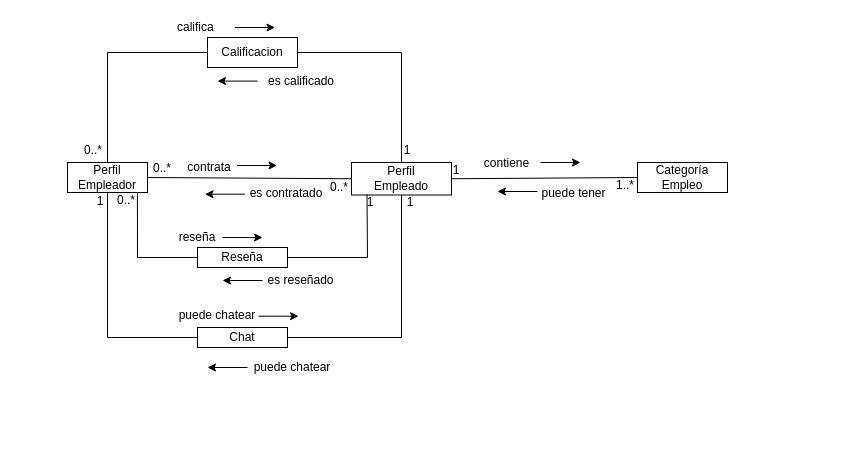
F3liP3L/Proyecto-Documentacion keeps this draw.io diagram as Extra Clase/Modelado de dominio/Modelo anemico/DDD_ModeloAnemico.drawio. Above is the earlier version. Source tidied: cells renumbered, new cells numbered last; positions are measured from the earlier drawing's top-left corner, leaving out a move shared by most shapes. Both pictures are drawn from the tidied source at 100%, with x=0, y=0 at pixel (67, 17).
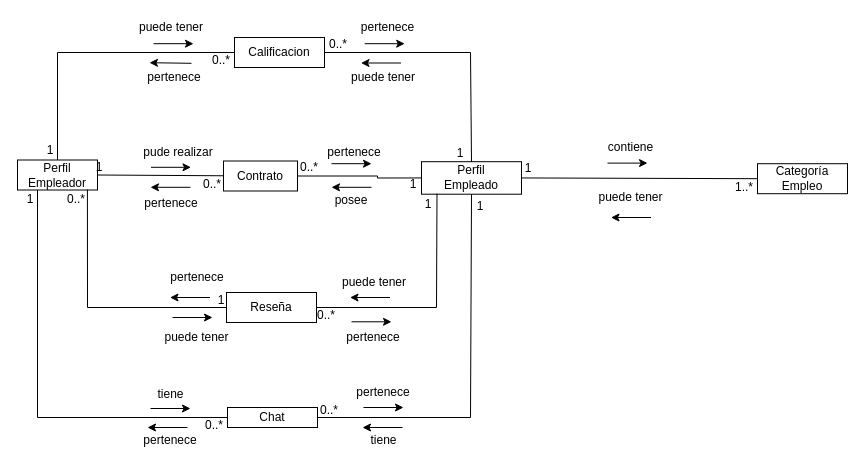
The same page after the edit.

Commit message (it also covers changes not shown here):
actualizando MD de clase y extra-clase mas modelo enriquecido clase

The edit, as a diff of the source:
```diff
@@
     <mxCell id="2" value="Calificacion" style="rounded=0;whiteSpace=wrap;html=1;" parent="1" vertex="1">
-      <mxGeometry x="140" y="20" width="90" height="30" as="geometry" />
+      <mxGeometry x="167" y="20" width="90" height="30" as="geometry" />
     </mxCell>
     <mxCell id="3" value="Perfil&lt;br&gt;Empleador" style="rounded=0;whiteSpace=wrap;html=1;" parent="1" vertex="1">
-      <mxGeometry y="145" width="80" height="30" as="geometry" />
+      <mxGeometry x="-50" y="142.5" width="80" height="30" as="geometry" />
     </mxCell>
     <mxCell id="4" value="Perfil&lt;br&gt;Empleado" style="rounded=0;whiteSpace=wrap;html=1;" parent="1" vertex="1">
-      <mxGeometry x="284" y="145" width="100" height="32.5" as="geometry" />
+      <mxGeometry x="354" y="144.2" width="100" height="32.5" as="geometry" />
     </mxCell>
     <mxCell id="5" value="Categoría Empleo" style="rounded=0;whiteSpace=wrap;html=1;" parent="1" vertex="1">
-      <mxGeometry x="570" y="145" width="90" height="30" as="geometry" />
+      <mxGeometry x="690" y="146.2" width="90" height="30" as="geometry" />
     </mxCell>
-    <mxCell id="6" style="endArrow=none;html=1;rounded=0;exitX=1;exitY=0.5;exitDx=0;exitDy=0;entryX=0;entryY=0.5;entryDx=0;entryDy=0;" parent="1" edge="1" source="3" target="4">
+    <mxCell id="6" style="endArrow=none;html=1;rounded=0;exitX=1;exitY=0.5;exitDx=0;exitDy=0;" parent="1" edge="1" source="3" target="67">
       <mxGeometry relative="1" as="geometry" />
     </mxCell>
     <mxCell id="7" style="endArrow=none;html=1;rounded=0;entryX=0;entryY=0.5;entryDx=0;entryDy=0;exitX=0.5;exitY=0;exitDx=0;exitDy=0;" parent="1" edge="1" source="3" target="2">
       <mxGeometry relative="1" as="geometry">
         <Array as="points">
-          <mxPoint x="40" y="35" />
+          <mxPoint x="-10" y="35" />
         </Array>
       </mxGeometry>
     </mxCell>
     <mxCell id="8" style="endArrow=classic;html=1;rounded=0;" parent="1" edge="1">
       <mxGeometry relative="1" as="geometry">
-        <mxPoint x="169.5" y="148" as="sourcePoint" />
-        <mxPoint x="209.5" y="148" as="targetPoint" />
+        <mxPoint x="264" y="146.2" as="sourcePoint" />
+        <mxPoint x="304" y="146.2" as="targetPoint" />
       </mxGeometry>
     </mxCell>
@@
     <mxCell id="10" style="endArrow=none;html=1;rounded=0;entryX=0.155;entryY=0.981;entryDx=0;entryDy=0;exitX=1;exitY=0.5;exitDx=0;exitDy=0;entryPerimeter=0;" parent="1" edge="1" source="11" target="4">
       <mxGeometry relative="1" as="geometry">
         <Array as="points">
-          <mxPoint x="300" y="240" />
+          <mxPoint x="369" y="290" />
         </Array>
       </mxGeometry>
     </mxCell>
     <mxCell id="11" value="Reseña" style="rounded=0;whiteSpace=wrap;html=1;" parent="1" vertex="1">
-      <mxGeometry x="130" y="230" width="90" height="20" as="geometry" />
+      <mxGeometry x="159" y="275" width="90" height="30" as="geometry" />
     </mxCell>
     <mxCell id="12" style="endArrow=classic;html=1;rounded=0;" parent="1" edge="1">
       <mxGeometry relative="1" as="geometry">
-        <mxPoint x="473" y="145" as="sourcePoint" />
-        <mxPoint x="513" y="145" as="targetPoint" />
+        <mxPoint x="540" y="145.6" as="sourcePoint" />
+        <mxPoint x="580" y="145.6" as="targetPoint" />
       </mxGeometry>
     </mxCell>
     <mxCell id="13" style="endArrow=none;html=1;rounded=0;entryX=1;entryY=0.5;entryDx=0;entryDy=0;exitX=0.5;exitY=0;exitDx=0;exitDy=0;" parent="1" edge="1" source="4" target="2">
       <mxGeometry relative="1" as="geometry">
         <Array as="points">
-          <mxPoint x="334" y="35" />
+          <mxPoint x="403" y="35" />
         </Array>
       </mxGeometry>
     </mxCell>
     <mxCell id="14" style="endArrow=classic;html=1;rounded=0;" parent="1" edge="1">
       <mxGeometry relative="1" as="geometry">
-        <mxPoint x="470" y="174" as="sourcePoint" />
-        <mxPoint x="430" y="174" as="targetPoint" />
+        <mxPoint x="583.5" y="200" as="sourcePoint" />
+        <mxPoint x="543.5" y="200" as="targetPoint" />
       </mxGeometry>
     </mxCell>
     <mxCell id="15" style="endArrow=none;html=1;rounded=0;entryX=0.874;entryY=0.987;entryDx=0;entryDy=0;exitX=0;exitY=0.5;exitDx=0;exitDy=0;entryPerimeter=0;" parent="1" edge="1" source="11" target="3">
       <mxGeometry relative="1" as="geometry">
         <Array as="points">
-          <mxPoint x="70" y="240" />
+          <mxPoint x="20" y="290" />
         </Array>
       </mxGeometry>
     </mxCell>
     <mxCell id="16" style="endArrow=classic;html=1;rounded=0;" parent="1" edge="1">
       <mxGeometry relative="1" as="geometry">
-        <mxPoint x="177.5" y="176.7" as="sourcePoint" />
-        <mxPoint x="137.5" y="176.7" as="targetPoint" />
+        <mxPoint x="123" y="169.8" as="sourcePoint" />
+        <mxPoint x="83" y="169.8" as="targetPoint" />
       </mxGeometry>
     </mxCell>
     <mxCell id="17" style="endArrow=none;html=1;rounded=0;entryX=0.5;entryY=1;entryDx=0;entryDy=0;exitX=1;exitY=0.5;exitDx=0;exitDy=0;" parent="1" edge="1" source="18" target="4">
       <mxGeometry relative="1" as="geometry">
         <Array as="points">
-          <mxPoint x="334" y="320" />
+          <mxPoint x="403" y="400" />
         </Array>
       </mxGeometry>
     </mxCell>
     <mxCell id="18" value="Chat" style="rounded=0;whiteSpace=wrap;html=1;" parent="1" vertex="1">
-      <mxGeometry x="130" y="310" width="90" height="20" as="geometry" />
+      <mxGeometry x="160" y="390" width="90" height="20" as="geometry" />
     </mxCell>
-    <mxCell id="19" style="endArrow=none;html=1;rounded=0;entryX=0.5;entryY=1;entryDx=0;entryDy=0;" parent="1" edge="1">
+    <mxCell id="19" style="endArrow=none;html=1;rounded=0;entryX=0.25;entryY=1;entryDx=0;entryDy=0;exitX=0;exitY=0.5;exitDx=0;exitDy=0;" parent="1" edge="1" source="18" target="3">
       <mxGeometry relative="1" as="geometry">
-        <mxPoint x="130" y="320" as="sourcePoint" />
-        <mxPoint x="40" y="175" as="targetPoint" />
         <Array as="points">
-          <mxPoint x="40" y="320" />
+          <mxPoint x="-30" y="400" />
         </Array>
       </mxGeometry>
     </mxCell>
     <mxCell id="20" style="endArrow=classic;html=1;rounded=0;" parent="1" edge="1">
       <mxGeometry relative="1" as="geometry">
-        <mxPoint x="195" y="263" as="sourcePoint" />
-        <mxPoint x="155" y="263" as="targetPoint" />
+        <mxPoint x="322.5" y="280" as="sourcePoint" />
+        <mxPoint x="282.5" y="280" as="targetPoint" />
       </mxGeometry>
     </mxCell>
     <mxCell id="21" style="endArrow=classic;html=1;rounded=0;" parent="1" edge="1">
       <mxGeometry relative="1" as="geometry">
-        <mxPoint x="155" y="220" as="sourcePoint" />
-        <mxPoint x="195" y="220" as="targetPoint" />
+        <mxPoint x="105" y="300" as="sourcePoint" />
+        <mxPoint x="145" y="300" as="targetPoint" />
       </mxGeometry>
     </mxCell>
     <mxCell id="22" style="endArrow=classic;html=1;rounded=0;" parent="1" edge="1">
       <mxGeometry relative="1" as="geometry">
-        <mxPoint x="191" y="298.7" as="sourcePoint" />
-        <mxPoint x="231" y="298.7" as="targetPoint" />
+        <mxPoint x="296" y="390" as="sourcePoint" />
+        <mxPoint x="336" y="390" as="targetPoint" />
       </mxGeometry>
     </mxCell>
     <mxCell id="23" style="endArrow=classic;html=1;rounded=0;" parent="1" edge="1">
       <mxGeometry relative="1" as="geometry">
-        <mxPoint x="180" y="350" as="sourcePoint" />
-        <mxPoint x="140" y="350" as="targetPoint" />
+        <mxPoint x="120" y="410" as="sourcePoint" />
+        <mxPoint x="80" y="410" as="targetPoint" />
       </mxGeometry>
     </mxCell>
     <mxCell id="24" value="1" style="text;html=1;strokeColor=none;fillColor=none;align=center;verticalAlign=middle;whiteSpace=wrap;rounded=0;" parent="1" vertex="1">
-      <mxGeometry x="330" y="177.5" width="26" height="15" as="geometry" />
+      <mxGeometry x="348" y="179.8" width="26" height="15" as="geometry" />
     </mxCell>
     <mxCell id="25" value="1" style="text;html=1;strokeColor=none;fillColor=none;align=center;verticalAlign=middle;whiteSpace=wrap;rounded=0;" parent="1" vertex="1">
-      <mxGeometry x="20" y="176.2" width="26" height="15" as="geometry" />
+      <mxGeometry x="-50" y="174.5" width="26" height="15" as="geometry" />
     </mxCell>
-    <mxCell id="26" value="puede chatear" style="text;html=1;strokeColor=none;fillColor=none;align=center;verticalAlign=middle;whiteSpace=wrap;rounded=0;" parent="1" vertex="1">
-      <mxGeometry x="180" y="340" width="90" height="20" as="geometry" />
+    <mxCell id="26" value="tiene" style="text;html=1;strokeColor=none;fillColor=none;align=center;verticalAlign=middle;whiteSpace=wrap;rounded=0;" parent="1" vertex="1">
+      <mxGeometry x="290.5" y="413" width="51" height="20" as="geometry" />
     </mxCell>
-    <mxCell id="27" value="puede chatear" style="text;html=1;strokeColor=none;fillColor=none;align=center;verticalAlign=middle;whiteSpace=wrap;rounded=0;" parent="1" vertex="1">
-      <mxGeometry x="110" y="288" width="80" height="20" as="geometry" />
+    <mxCell id="27" value="pertenece" style="text;html=1;strokeColor=none;fillColor=none;align=center;verticalAlign=middle;whiteSpace=wrap;rounded=0;" parent="1" vertex="1">
+      <mxGeometry x="276" y="365" width="80" height="20" as="geometry" />
     </mxCell>
-    <mxCell id="28" value="1" style="text;html=1;strokeColor=none;fillColor=none;align=center;verticalAlign=middle;whiteSpace=wrap;rounded=0;" parent="1" vertex="1">
-      <mxGeometry x="290" y="177.5" width="26" height="15" as="geometry" />
-    </mxCell>
     <mxCell id="29" value="0..*" style="text;html=1;strokeColor=none;fillColor=none;align=center;verticalAlign=middle;whiteSpace=wrap;rounded=0;" parent="1" vertex="1">
-      <mxGeometry x="46" y="175" width="26" height="15" as="geometry" />
+      <mxGeometry x="-4" y="174.5" width="26" height="15" as="geometry" />
     </mxCell>
     <mxCell id="30" value="1" style="text;html=1;strokeColor=none;fillColor=none;align=center;verticalAlign=middle;whiteSpace=wrap;rounded=0;" parent="1" vertex="1">
-      <mxGeometry x="327" y="125" width="26" height="15" as="geometry" />
+      <mxGeometry x="380" y="128" width="26" height="15" as="geometry" />
     </mxCell>
-    <mxCell id="31" value="0..*" style="text;html=1;strokeColor=none;fillColor=none;align=center;verticalAlign=middle;whiteSpace=wrap;rounded=0;" parent="1" vertex="1">
-      <mxGeometry x="13" y="125" width="26" height="15" as="geometry" />
+    <mxCell id="31" value="1" style="text;html=1;strokeColor=none;fillColor=none;align=center;verticalAlign=middle;whiteSpace=wrap;rounded=0;" parent="1" vertex="1">
+      <mxGeometry x="-30" y="125" width="26" height="15" as="geometry" />
     </mxCell>
     <mxCell id="32" value="puede tener" style="text;html=1;strokeColor=none;fillColor=none;align=center;verticalAlign=middle;whiteSpace=wrap;rounded=0;" parent="1" vertex="1">
-      <mxGeometry x="473" y="166" width="67" height="20" as="geometry" />
+      <mxGeometry x="530" y="170" width="67" height="20" as="geometry" />
     </mxCell>
     <mxCell id="33" value="1" style="text;html=1;strokeColor=none;fillColor=none;align=center;verticalAlign=middle;whiteSpace=wrap;rounded=0;" parent="1" vertex="1">
-      <mxGeometry x="376" y="145" width="26" height="15" as="geometry" />
+      <mxGeometry x="448" y="143" width="26" height="15" as="geometry" />
     </mxCell>
     <mxCell id="34" value="1..*" style="text;html=1;strokeColor=none;fillColor=none;align=center;verticalAlign=middle;whiteSpace=wrap;rounded=0;" parent="1" vertex="1">
-      <mxGeometry x="545" y="160.5" width="26" height="15" as="geometry" />
+      <mxGeometry x="664" y="162.5" width="26" height="15" as="geometry" />
     </mxCell>
     <mxCell id="35" value="contiene" style="text;html=1;strokeColor=none;fillColor=none;align=center;verticalAlign=middle;whiteSpace=wrap;rounded=0;" parent="1" vertex="1">
-      <mxGeometry x="406" y="136" width="67" height="20" as="geometry" />
+      <mxGeometry x="530" y="120" width="67" height="20" as="geometry" />
     </mxCell>
     <mxCell id="36" style="endArrow=classic;html=1;rounded=0;" parent="1" edge="1">
       <mxGeometry relative="1" as="geometry">
-        <mxPoint x="167.5" y="10" as="sourcePoint" />
-        <mxPoint x="207.5" y="10" as="targetPoint" />
+        <mxPoint x="86" y="26.2" as="sourcePoint" />
+        <mxPoint x="126" y="26.2" as="targetPoint" />
       </mxGeometry>
     </mxCell>
     <mxCell id="37" style="endArrow=classic;html=1;rounded=0;" parent="1" edge="1">
       <mxGeometry relative="1" as="geometry">
-        <mxPoint x="190" y="63.6" as="sourcePoint" />
-        <mxPoint x="150" y="63.6" as="targetPoint" />
+        <mxPoint x="333.5" y="45.5" as="sourcePoint" />
+        <mxPoint x="293.5" y="45.5" as="targetPoint" />
       </mxGeometry>
     </mxCell>
-    <mxCell id="38" value="es calificado" style="text;html=1;strokeColor=none;fillColor=none;align=center;verticalAlign=middle;whiteSpace=wrap;rounded=0;" parent="1" vertex="1">
-      <mxGeometry x="199" y="54" width="70" height="20" as="geometry" />
+    <mxCell id="38" value="puede tener" style="text;html=1;strokeColor=none;fillColor=none;align=center;verticalAlign=middle;whiteSpace=wrap;rounded=0;" parent="1" vertex="1">
+      <mxGeometry x="281" y="50" width="70" height="20" as="geometry" />
     </mxCell>
-    <mxCell id="39" value="califica&amp;nbsp;" style="text;html=1;strokeColor=none;fillColor=none;align=center;verticalAlign=middle;whiteSpace=wrap;rounded=0;" parent="1" vertex="1">
-      <mxGeometry x="100" width="60" height="20" as="geometry" />
+    <mxCell id="39" value="puede tener" style="text;html=1;strokeColor=none;fillColor=none;align=center;verticalAlign=middle;whiteSpace=wrap;rounded=0;" parent="1" vertex="1">
+      <mxGeometry x="64.5" width="78" height="20" as="geometry" />
     </mxCell>
-    <mxCell id="40" value="reseña" style="text;html=1;strokeColor=none;fillColor=none;align=center;verticalAlign=middle;whiteSpace=wrap;rounded=0;" parent="1" vertex="1">
-      <mxGeometry x="100" y="210" width="60" height="20" as="geometry" />
+    <mxCell id="40" value="puede tener" style="text;html=1;strokeColor=none;fillColor=none;align=center;verticalAlign=middle;whiteSpace=wrap;rounded=0;" parent="1" vertex="1">
+      <mxGeometry x="92" y="310" width="75" height="20" as="geometry" />
     </mxCell>
-    <mxCell id="41" value="es reseñado" style="text;html=1;strokeColor=none;fillColor=none;align=center;verticalAlign=middle;whiteSpace=wrap;rounded=0;" parent="1" vertex="1">
-      <mxGeometry x="197" y="253" width="73" height="20" as="geometry" />
-    </mxCell>
-    <mxCell id="42" value="contrata" style="text;html=1;strokeColor=none;fillColor=none;align=center;verticalAlign=middle;whiteSpace=wrap;rounded=0;" parent="1" vertex="1">
-      <mxGeometry x="112" y="140" width="60" height="20" as="geometry" />
-    </mxCell>
-    <mxCell id="43" value="es contratado" style="text;html=1;strokeColor=none;fillColor=none;align=center;verticalAlign=middle;whiteSpace=wrap;rounded=0;" parent="1" vertex="1">
-      <mxGeometry x="180" y="166" width="78" height="20" as="geometry" />
-    </mxCell>
     <mxCell id="44" value="0..*" style="text;html=1;strokeColor=none;fillColor=none;align=center;verticalAlign=middle;whiteSpace=wrap;rounded=0;" parent="1" vertex="1">
-      <mxGeometry x="80" y="142.5" width="30" height="16" as="geometry" />
+      <mxGeometry x="130" y="158.5" width="30" height="16" as="geometry" />
     </mxCell>
-    <mxCell id="45" value="0..*" style="text;html=1;strokeColor=none;fillColor=none;align=center;verticalAlign=middle;whiteSpace=wrap;rounded=0;" parent="1" vertex="1">
-      <mxGeometry x="257" y="161.5" width="30" height="16" as="geometry" />
-    </mxCell>
+    <mxCell id="46" value="1" style="text;html=1;strokeColor=none;fillColor=none;align=center;verticalAlign=middle;whiteSpace=wrap;rounded=0;" parent="1" vertex="1">
+      <mxGeometry x="400" y="181" width="26" height="15" as="geometry" />
+    </mxCell>
+    <mxCell id="47" style="endArrow=classic;html=1;rounded=0;" parent="1" edge="1">
+      <mxGeometry relative="1" as="geometry">
+        <mxPoint x="335" y="410" as="sourcePoint" />
+        <mxPoint x="295" y="410" as="targetPoint" />
+      </mxGeometry>
+    </mxCell>
+    <mxCell id="48" value="pertenece" style="text;html=1;strokeColor=none;fillColor=none;align=center;verticalAlign=middle;whiteSpace=wrap;rounded=0;" parent="1" vertex="1">
+      <mxGeometry x="72" y="413" width="62" height="20" as="geometry" />
+    </mxCell>
+    <mxCell id="49" style="endArrow=classic;html=1;rounded=0;" parent="1" edge="1">
+      <mxGeometry relative="1" as="geometry">
+        <mxPoint x="83" y="391" as="sourcePoint" />
+        <mxPoint x="123" y="391" as="targetPoint" />
+      </mxGeometry>
+    </mxCell>
+    <mxCell id="50" style="endArrow=classic;html=1;rounded=0;" parent="1" edge="1">
+      <mxGeometry relative="1" as="geometry">
+        <mxPoint x="284" y="304.3" as="sourcePoint" />
+        <mxPoint x="324" y="304.3" as="targetPoint" />
+      </mxGeometry>
+    </mxCell>
+    <mxCell id="51" value="tiene" style="text;html=1;strokeColor=none;fillColor=none;align=center;verticalAlign=middle;whiteSpace=wrap;rounded=0;" parent="1" vertex="1">
+      <mxGeometry x="78" y="367" width="51" height="20" as="geometry" />
+    </mxCell>
+    <mxCell id="52" value="0..*" style="text;html=1;strokeColor=none;fillColor=none;align=center;verticalAlign=middle;whiteSpace=wrap;rounded=0;" parent="1" vertex="1">
+      <mxGeometry x="249" y="385" width="26" height="15" as="geometry" />
+    </mxCell>
+    <mxCell id="53" value="0..*" style="text;html=1;strokeColor=none;fillColor=none;align=center;verticalAlign=middle;whiteSpace=wrap;rounded=0;" parent="1" vertex="1">
+      <mxGeometry x="134" y="400" width="26" height="15" as="geometry" />
+    </mxCell>
+    <mxCell id="54" value="0..*" style="text;html=1;strokeColor=none;fillColor=none;align=center;verticalAlign=middle;whiteSpace=wrap;rounded=0;" parent="1" vertex="1">
+      <mxGeometry x="258" y="19" width="26" height="15" as="geometry" />
+    </mxCell>
+    <mxCell id="55" value="0..*" style="text;html=1;strokeColor=none;fillColor=none;align=center;verticalAlign=middle;whiteSpace=wrap;rounded=0;" parent="1" vertex="1">
+      <mxGeometry x="141" y="35" width="26" height="15" as="geometry" />
+    </mxCell>
+    <mxCell id="56" style="endArrow=classic;html=1;rounded=0;" parent="1" edge="1">
+      <mxGeometry relative="1" as="geometry">
+        <mxPoint x="124" y="45.8" as="sourcePoint" />
+        <mxPoint x="82" y="45.2" as="targetPoint" />
+      </mxGeometry>
+    </mxCell>
+    <mxCell id="57" value="pertenece" style="text;html=1;strokeColor=none;fillColor=none;align=center;verticalAlign=middle;whiteSpace=wrap;rounded=0;" parent="1" vertex="1">
+      <mxGeometry x="78" y="50" width="58" height="20" as="geometry" />
+    </mxCell>
+    <mxCell id="58" style="endArrow=classic;html=1;rounded=0;" parent="1" edge="1">
+      <mxGeometry relative="1" as="geometry">
+        <mxPoint x="297.2" y="26.2" as="sourcePoint" />
+        <mxPoint x="337.2" y="26.2" as="targetPoint" />
+      </mxGeometry>
+    </mxCell>
+    <mxCell id="59" value="pertenece" style="text;html=1;strokeColor=none;fillColor=none;align=center;verticalAlign=middle;whiteSpace=wrap;rounded=0;" parent="1" vertex="1">
+      <mxGeometry x="290" width="61" height="20" as="geometry" />
+    </mxCell>
+    <mxCell id="60" value="0..*" style="text;html=1;strokeColor=none;fillColor=none;align=center;verticalAlign=middle;whiteSpace=wrap;rounded=0;" parent="1" vertex="1">
+      <mxGeometry x="246" y="290" width="26" height="15" as="geometry" />
+    </mxCell>
+    <mxCell id="61" value="puede tener" style="text;html=1;strokeColor=none;fillColor=none;align=center;verticalAlign=middle;whiteSpace=wrap;rounded=0;" parent="1" vertex="1">
+      <mxGeometry x="271.5" y="255" width="70" height="20" as="geometry" />
+    </mxCell>
+    <mxCell id="62" value="pertenece" style="text;html=1;strokeColor=none;fillColor=none;align=center;verticalAlign=middle;whiteSpace=wrap;rounded=0;" parent="1" vertex="1">
+      <mxGeometry x="275" y="310" width="62" height="20" as="geometry" />
+    </mxCell>
+    <mxCell id="63" style="endArrow=classic;html=1;rounded=0;" parent="1" edge="1">
+      <mxGeometry relative="1" as="geometry">
+        <mxPoint x="142.5" y="280" as="sourcePoint" />
+        <mxPoint x="102.5" y="280" as="targetPoint" />
+      </mxGeometry>
+    </mxCell>
+    <mxCell id="64" value="pertenece" style="text;html=1;strokeColor=none;fillColor=none;align=center;verticalAlign=middle;whiteSpace=wrap;rounded=0;" parent="1" vertex="1">
+      <mxGeometry x="98.5" y="250" width="62" height="20" as="geometry" />
+    </mxCell>
+    <mxCell id="65" value="1" style="text;html=1;strokeColor=none;fillColor=none;align=center;verticalAlign=middle;whiteSpace=wrap;rounded=0;" parent="1" vertex="1">
+      <mxGeometry x="141" y="275" width="26" height="15" as="geometry" />
+    </mxCell>
+    <mxCell id="66" style="edgeStyle=orthogonalEdgeStyle;rounded=0;jettySize=auto;html=1;endArrow=none;endFill=0;entryX=0;entryY=0.5;entryDx=0;entryDy=0;" parent="1" edge="1" source="67" target="4">
+      <mxGeometry relative="1" as="geometry">
+        <Array as="points">
+          <mxPoint x="310" y="159" />
+          <mxPoint x="310" y="160" />
+        </Array>
+      </mxGeometry>
+    </mxCell>
+    <mxCell id="67" value="Contrato" style="rounded=0;whiteSpace=wrap;html=1;" parent="1" vertex="1">
+      <mxGeometry x="156" y="143.5" width="74" height="30" as="geometry" />
+    </mxCell>
+    <mxCell id="68" value="0..*" style="text;html=1;strokeColor=none;fillColor=none;align=center;verticalAlign=middle;whiteSpace=wrap;rounded=0;" parent="1" vertex="1">
+      <mxGeometry x="227" y="142" width="30" height="16" as="geometry" />
+    </mxCell>
+    <mxCell id="69" style="endArrow=classic;html=1;rounded=0;" parent="1" edge="1">
+      <mxGeometry relative="1" as="geometry">
+        <mxPoint x="304" y="169.8" as="sourcePoint" />
+        <mxPoint x="264" y="169.8" as="targetPoint" />
+      </mxGeometry>
+    </mxCell>
+    <mxCell id="70" value="pertenece" style="text;html=1;strokeColor=none;fillColor=none;align=center;verticalAlign=middle;whiteSpace=wrap;rounded=0;" parent="1" vertex="1">
+      <mxGeometry x="74" y="181" width="60" height="10" as="geometry" />
+    </mxCell>
+    <mxCell id="71" style="endArrow=classic;html=1;rounded=0;" parent="1" edge="1">
+      <mxGeometry relative="1" as="geometry">
+        <mxPoint x="83.5" y="149.8" as="sourcePoint" />
+        <mxPoint x="123.5" y="149.8" as="targetPoint" />
+      </mxGeometry>
+    </mxCell>
+    <mxCell id="72" value="pude realizar" style="text;html=1;strokeColor=none;fillColor=none;align=center;verticalAlign=middle;whiteSpace=wrap;rounded=0;" parent="1" vertex="1">
+      <mxGeometry x="74" y="127" width="74" height="15" as="geometry" />
+    </mxCell>
+    <mxCell id="73" value="1" style="text;html=1;strokeColor=none;fillColor=none;align=center;verticalAlign=middle;whiteSpace=wrap;rounded=0;" parent="1" vertex="1">
+      <mxGeometry x="22" y="145" width="20" height="10" as="geometry" />
+    </mxCell>
+    <mxCell id="74" value="1" style="text;html=1;strokeColor=none;fillColor=none;align=center;verticalAlign=middle;whiteSpace=wrap;rounded=0;" parent="1" vertex="1">
+      <mxGeometry x="336" y="161.5" width="20" height="10" as="geometry" />
+    </mxCell>
+    <mxCell id="75" value="posee" style="text;html=1;strokeColor=none;fillColor=none;align=center;verticalAlign=middle;whiteSpace=wrap;rounded=0;" parent="1" vertex="1">
+      <mxGeometry x="258" y="176.8" width="52" height="12.5" as="geometry" />
+    </mxCell>
+    <mxCell id="76" value="pertenece" style="text;html=1;strokeColor=none;fillColor=none;align=center;verticalAlign=middle;whiteSpace=wrap;rounded=0;" parent="1" vertex="1">
+      <mxGeometry x="257" y="130" width="60" height="10" as="geometry" />
+    </mxCell>
```
